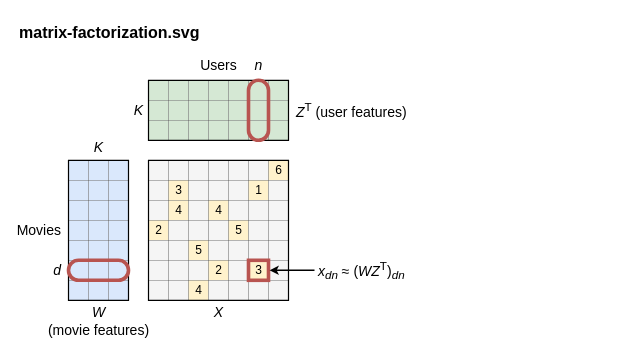
Before: assets/linear-regression-matrix-factorization/linear-regression-matrix-factorization.drawio in brunomaga/brunomaga.github.io, a draw.io diagram. Source tidied: cells renumbered, new cells numbered last; positions are measured from the earlier drawing's top-left corner, leaving out a move shared by most shapes. Both pictures are drawn from the tidied source at 100%, with x=0, y=0 at pixel (17, 17).
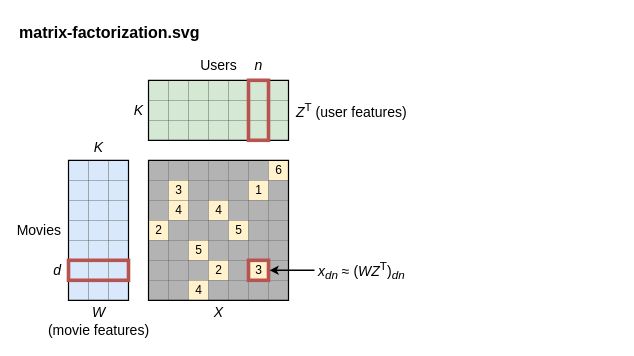
After the change.

The change refers to these unchanged cells:
```xml
<mxCell id="3" style="group;fontFamily=Source Sans 3;" parent="1" vertex="1">
  <mxGeometry y="40" width="393.4" height="281.7" as="geometry" />
</mxCell>
```

Diff of the diagram source:
```diff
@@
-    <mxCell id="46" style="rounded=0;whiteSpace=nowrap;html=1;fontFamily=Source Sans 3;fontSize=12;fontColor=#000000;strokeColor=#666666;strokeWidth=0.4;fillColor=#f5f5f5;fontStyle=0;spacing=0;" parent="3" vertex="1">
+    <mxCell id="46" style="rounded=0;whiteSpace=nowrap;html=1;fontFamily=Source Sans 3;fontSize=12;fontColor=#000000;strokeColor=#666666;strokeWidth=0.4;fillColor=#b3b3b3;fontStyle=0;spacing=0;" parent="3" vertex="1">
       <mxGeometry x="131" y="102.8" width="20" height="20" as="geometry" />
     </mxCell>
-    <mxCell id="47" style="rounded=0;whiteSpace=nowrap;html=1;fontFamily=Source Sans 3;fontSize=12;fontColor=#000000;strokeColor=#666666;strokeWidth=0.4;fillColor=#f5f5f5;fontStyle=0;spacing=0;" parent="3" vertex="1">
+    <mxCell id="47" style="rounded=0;whiteSpace=nowrap;html=1;fontFamily=Source Sans 3;fontSize=12;fontColor=#000000;strokeColor=#666666;strokeWidth=0.4;fillColor=#b3b3b3;fontStyle=0;spacing=0;" parent="3" vertex="1">
       <mxGeometry x="151" y="102.8" width="20" height="20" as="geometry" />
     </mxCell>
-    <mxCell id="48" style="rounded=0;whiteSpace=nowrap;html=1;fontFamily=Source Sans 3;fontSize=12;fontColor=#000000;strokeColor=#666666;strokeWidth=0.4;fillColor=#f5f5f5;fontStyle=0;spacing=0;" parent="3" vertex="1">
+    <mxCell id="48" style="rounded=0;whiteSpace=nowrap;html=1;fontFamily=Source Sans 3;fontSize=12;fontColor=#000000;strokeColor=#666666;strokeWidth=0.4;fillColor=#b3b3b3;fontStyle=0;spacing=0;" parent="3" vertex="1">
       <mxGeometry x="171" y="102.8" width="20" height="20" as="geometry" />
     </mxCell>
-    <mxCell id="49" style="rounded=0;whiteSpace=nowrap;html=1;fontFamily=Source Sans 3;fontSize=12;fontColor=#000000;strokeColor=#666666;strokeWidth=0.4;fillColor=#f5f5f5;fontStyle=0;spacing=0;" parent="3" vertex="1">
+    <mxCell id="49" style="rounded=0;whiteSpace=nowrap;html=1;fontFamily=Source Sans 3;fontSize=12;fontColor=#000000;strokeColor=#666666;strokeWidth=0.4;fillColor=#b3b3b3;fontStyle=0;spacing=0;" parent="3" vertex="1">
       <mxGeometry x="191" y="102.8" width="20" height="20" as="geometry" />
     </mxCell>
-    <mxCell id="50" style="rounded=0;whiteSpace=nowrap;html=1;fontFamily=Source Sans 3;fontSize=12;fontColor=#000000;strokeColor=#666666;strokeWidth=0.4;fillColor=#f5f5f5;fontStyle=0;spacing=0;" parent="3" vertex="1">
+    <mxCell id="50" style="rounded=0;whiteSpace=nowrap;html=1;fontFamily=Source Sans 3;fontSize=12;fontColor=#000000;strokeColor=#666666;strokeWidth=0.4;fillColor=#b3b3b3;fontStyle=0;spacing=0;" parent="3" vertex="1">
       <mxGeometry x="211" y="102.8" width="20" height="20" as="geometry" />
     </mxCell>
-    <mxCell id="51" style="rounded=0;whiteSpace=nowrap;html=1;fontFamily=Source Sans 3;fontSize=12;fontColor=#000000;strokeColor=#666666;strokeWidth=0.4;fillColor=#f5f5f5;fontStyle=0;spacing=0;" parent="3" vertex="1">
+    <mxCell id="51" style="rounded=0;whiteSpace=nowrap;html=1;fontFamily=Source Sans 3;fontSize=12;fontColor=#000000;strokeColor=#666666;strokeWidth=0.4;fillColor=#b3b3b3;fontStyle=0;spacing=0;" parent="3" vertex="1">
       <mxGeometry x="231" y="102.8" width="20" height="20" as="geometry" />
     </mxCell>
@@
-    <mxCell id="53" style="rounded=0;whiteSpace=nowrap;html=1;fontFamily=Source Sans 3;fontSize=12;fontColor=#000000;strokeColor=#666666;strokeWidth=0.4;fillColor=#f5f5f5;fontStyle=0;spacing=0;" parent="3" vertex="1">
+    <mxCell id="53" style="rounded=0;whiteSpace=nowrap;html=1;fontFamily=Source Sans 3;fontSize=12;fontColor=#000000;strokeColor=#666666;strokeWidth=0.4;fillColor=#b3b3b3;fontStyle=0;spacing=0;" parent="3" vertex="1">
       <mxGeometry x="131" y="122.8" width="20" height="20" as="geometry" />
     </mxCell>
@@
-    <mxCell id="55" style="rounded=0;whiteSpace=nowrap;html=1;fontFamily=Source Sans 3;fontSize=12;fontColor=#000000;strokeColor=#666666;strokeWidth=0.4;fillColor=#f5f5f5;fontStyle=0;spacing=0;" parent="3" vertex="1">
+    <mxCell id="55" style="rounded=0;whiteSpace=nowrap;html=1;fontFamily=Source Sans 3;fontSize=12;fontColor=#000000;strokeColor=#666666;strokeWidth=0.4;fillColor=#b3b3b3;fontStyle=0;spacing=0;" parent="3" vertex="1">
       <mxGeometry x="171" y="122.8" width="20" height="20" as="geometry" />
     </mxCell>
-    <mxCell id="56" style="rounded=0;whiteSpace=nowrap;html=1;fontFamily=Source Sans 3;fontSize=12;fontColor=#000000;strokeColor=#666666;strokeWidth=0.4;fillColor=#f5f5f5;fontStyle=0;spacing=0;" parent="3" vertex="1">
+    <mxCell id="56" style="rounded=0;whiteSpace=nowrap;html=1;fontFamily=Source Sans 3;fontSize=12;fontColor=#000000;strokeColor=#666666;strokeWidth=0.4;fillColor=#b3b3b3;fontStyle=0;spacing=0;" parent="3" vertex="1">
       <mxGeometry x="191" y="122.8" width="20" height="20" as="geometry" />
     </mxCell>
-    <mxCell id="57" style="rounded=0;whiteSpace=nowrap;html=1;fontFamily=Source Sans 3;fontSize=12;fontColor=#000000;strokeColor=#666666;strokeWidth=0.4;fillColor=#f5f5f5;fontStyle=0;spacing=0;" parent="3" vertex="1">
+    <mxCell id="57" style="rounded=0;whiteSpace=nowrap;html=1;fontFamily=Source Sans 3;fontSize=12;fontColor=#000000;strokeColor=#666666;strokeWidth=0.4;fillColor=#b3b3b3;fontStyle=0;spacing=0;" parent="3" vertex="1">
       <mxGeometry x="211" y="122.8" width="20" height="20" as="geometry" />
     </mxCell>
@@
-    <mxCell id="59" style="rounded=0;whiteSpace=nowrap;html=1;fontFamily=Source Sans 3;fontSize=12;fontColor=#000000;strokeColor=#666666;strokeWidth=0.4;fillColor=#f5f5f5;fontStyle=0;spacing=0;" parent="3" vertex="1">
+    <mxCell id="59" style="rounded=0;whiteSpace=nowrap;html=1;fontFamily=Source Sans 3;fontSize=12;fontColor=#000000;strokeColor=#666666;strokeWidth=0.4;fillColor=#b3b3b3;fontStyle=0;spacing=0;" parent="3" vertex="1">
       <mxGeometry x="251" y="122.8" width="20" height="20" as="geometry" />
     </mxCell>
-    <mxCell id="60" style="rounded=0;whiteSpace=nowrap;html=1;fontFamily=Source Sans 3;fontSize=12;fontColor=#000000;strokeColor=#666666;strokeWidth=0.4;fillColor=#f5f5f5;fontStyle=0;spacing=0;" parent="3" vertex="1">
+    <mxCell id="60" style="rounded=0;whiteSpace=nowrap;html=1;fontFamily=Source Sans 3;fontSize=12;fontColor=#000000;strokeColor=#666666;strokeWidth=0.4;fillColor=#b3b3b3;fontStyle=0;spacing=0;" parent="3" vertex="1">
       <mxGeometry x="131" y="142.8" width="20" height="20" as="geometry" />
     </mxCell>
@@
-    <mxCell id="62" style="rounded=0;whiteSpace=nowrap;html=1;fontFamily=Source Sans 3;fontSize=12;fontColor=#000000;strokeColor=#666666;strokeWidth=0.4;fillColor=#f5f5f5;fontStyle=0;spacing=0;" parent="3" vertex="1">
+    <mxCell id="62" style="rounded=0;whiteSpace=nowrap;html=1;fontFamily=Source Sans 3;fontSize=12;fontColor=#000000;strokeColor=#666666;strokeWidth=0.4;fillColor=#b3b3b3;fontStyle=0;spacing=0;" parent="3" vertex="1">
       <mxGeometry x="171" y="142.8" width="20" height="20" as="geometry" />
     </mxCell>
@@
-    <mxCell id="64" style="rounded=0;whiteSpace=nowrap;html=1;fontFamily=Source Sans 3;fontSize=12;fontColor=#000000;strokeColor=#666666;strokeWidth=0.4;fillColor=#f5f5f5;fontStyle=0;spacing=0;" parent="3" vertex="1">
+    <mxCell id="64" style="rounded=0;whiteSpace=nowrap;html=1;fontFamily=Source Sans 3;fontSize=12;fontColor=#000000;strokeColor=#666666;strokeWidth=0.4;fillColor=#b3b3b3;fontStyle=0;spacing=0;" parent="3" vertex="1">
       <mxGeometry x="211" y="142.8" width="20" height="20" as="geometry" />
     </mxCell>
-    <mxCell id="65" style="rounded=0;whiteSpace=nowrap;html=1;fontFamily=Source Sans 3;fontSize=12;fontColor=#000000;strokeColor=#666666;strokeWidth=0.4;fillColor=#f5f5f5;fontStyle=0;spacing=0;" parent="3" vertex="1">
+    <mxCell id="65" style="rounded=0;whiteSpace=nowrap;html=1;fontFamily=Source Sans 3;fontSize=12;fontColor=#000000;strokeColor=#666666;strokeWidth=0.4;fillColor=#b3b3b3;fontStyle=0;spacing=0;" parent="3" vertex="1">
       <mxGeometry x="231" y="142.8" width="20" height="20" as="geometry" />
     </mxCell>
-    <mxCell id="66" style="rounded=0;whiteSpace=nowrap;html=1;fontFamily=Source Sans 3;fontSize=12;fontColor=#000000;strokeColor=#666666;strokeWidth=0.4;fillColor=#f5f5f5;fontStyle=0;spacing=0;" parent="3" vertex="1">
+    <mxCell id="66" style="rounded=0;whiteSpace=nowrap;html=1;fontFamily=Source Sans 3;fontSize=12;fontColor=#000000;strokeColor=#666666;strokeWidth=0.4;fillColor=#b3b3b3;fontStyle=0;spacing=0;" parent="3" vertex="1">
       <mxGeometry x="251" y="142.8" width="20" height="20" as="geometry" />
     </mxCell>
@@
-    <mxCell id="68" style="rounded=0;whiteSpace=nowrap;html=1;fontFamily=Source Sans 3;fontSize=12;fontColor=#000000;strokeColor=#666666;strokeWidth=0.4;fillColor=#f5f5f5;fontStyle=0;spacing=0;" parent="3" vertex="1">
+    <mxCell id="68" style="rounded=0;whiteSpace=nowrap;html=1;fontFamily=Source Sans 3;fontSize=12;fontColor=#000000;strokeColor=#666666;strokeWidth=0.4;fillColor=#b3b3b3;fontStyle=0;spacing=0;" parent="3" vertex="1">
       <mxGeometry x="151" y="162.8" width="20" height="20" as="geometry" />
     </mxCell>
-    <mxCell id="69" style="rounded=0;whiteSpace=nowrap;html=1;fontFamily=Source Sans 3;fontSize=12;fontColor=#000000;strokeColor=#666666;strokeWidth=0.4;fillColor=#f5f5f5;fontStyle=0;spacing=0;" parent="3" vertex="1">
+    <mxCell id="69" style="rounded=0;whiteSpace=nowrap;html=1;fontFamily=Source Sans 3;fontSize=12;fontColor=#000000;strokeColor=#666666;strokeWidth=0.4;fillColor=#b3b3b3;fontStyle=0;spacing=0;" parent="3" vertex="1">
       <mxGeometry x="171" y="162.8" width="20" height="20" as="geometry" />
     </mxCell>
-    <mxCell id="70" style="rounded=0;whiteSpace=nowrap;html=1;fontFamily=Source Sans 3;fontSize=12;fontColor=#000000;strokeColor=#666666;strokeWidth=0.4;fillColor=#f5f5f5;fontStyle=0;spacing=0;" parent="3" vertex="1">
+    <mxCell id="70" style="rounded=0;whiteSpace=nowrap;html=1;fontFamily=Source Sans 3;fontSize=12;fontColor=#000000;strokeColor=#666666;strokeWidth=0.4;fillColor=#b3b3b3;fontStyle=0;spacing=0;" parent="3" vertex="1">
       <mxGeometry x="191" y="162.8" width="20" height="20" as="geometry" />
     </mxCell>
@@
-    <mxCell id="72" style="rounded=0;whiteSpace=nowrap;html=1;fontFamily=Source Sans 3;fontSize=12;fontColor=#000000;strokeColor=#666666;strokeWidth=0.4;fillColor=#f5f5f5;fontStyle=0;spacing=0;" parent="3" vertex="1">
+    <mxCell id="72" style="rounded=0;whiteSpace=nowrap;html=1;fontFamily=Source Sans 3;fontSize=12;fontColor=#000000;strokeColor=#666666;strokeWidth=0.4;fillColor=#b3b3b3;fontStyle=0;spacing=0;" parent="3" vertex="1">
       <mxGeometry x="231" y="162.8" width="20" height="20" as="geometry" />
     </mxCell>
-    <mxCell id="73" style="rounded=0;whiteSpace=nowrap;html=1;fontFamily=Source Sans 3;fontSize=12;fontColor=#000000;strokeColor=#666666;strokeWidth=0.4;fillColor=#f5f5f5;fontStyle=0;spacing=0;" parent="3" vertex="1">
+    <mxCell id="73" style="rounded=0;whiteSpace=nowrap;html=1;fontFamily=Source Sans 3;fontSize=12;fontColor=#000000;strokeColor=#666666;strokeWidth=0.4;fillColor=#b3b3b3;fontStyle=0;spacing=0;" parent="3" vertex="1">
       <mxGeometry x="251" y="162.8" width="20" height="20" as="geometry" />
     </mxCell>
-    <mxCell id="74" style="rounded=0;whiteSpace=nowrap;html=1;fontFamily=Source Sans 3;fontSize=12;fontColor=#000000;strokeColor=#666666;strokeWidth=0.4;fillColor=#f5f5f5;fontStyle=0;spacing=0;" parent="3" vertex="1">
+    <mxCell id="74" style="rounded=0;whiteSpace=nowrap;html=1;fontFamily=Source Sans 3;fontSize=12;fontColor=#000000;strokeColor=#666666;strokeWidth=0.4;fillColor=#b3b3b3;fontStyle=0;spacing=0;" parent="3" vertex="1">
       <mxGeometry x="131" y="182.8" width="20" height="20" as="geometry" />
     </mxCell>
-    <mxCell id="75" style="rounded=0;whiteSpace=nowrap;html=1;fontFamily=Source Sans 3;fontSize=12;fontColor=#000000;strokeColor=#666666;strokeWidth=0.4;fillColor=#f5f5f5;fontStyle=0;spacing=0;" parent="3" vertex="1">
+    <mxCell id="75" style="rounded=0;whiteSpace=nowrap;html=1;fontFamily=Source Sans 3;fontSize=12;fontColor=#000000;strokeColor=#666666;strokeWidth=0.4;fillColor=#b3b3b3;fontStyle=0;spacing=0;" parent="3" vertex="1">
       <mxGeometry x="151" y="182.8" width="20" height="20" as="geometry" />
     </mxCell>
@@
-    <mxCell id="77" style="rounded=0;whiteSpace=nowrap;html=1;fontFamily=Source Sans 3;fontSize=12;fontColor=#000000;strokeColor=#666666;strokeWidth=0.4;fillColor=#f5f5f5;fontStyle=0;spacing=0;" parent="3" vertex="1">
+    <mxCell id="77" style="rounded=0;whiteSpace=nowrap;html=1;fontFamily=Source Sans 3;fontSize=12;fontColor=#000000;strokeColor=#666666;strokeWidth=0.4;fillColor=#b3b3b3;fontStyle=0;spacing=0;" parent="3" vertex="1">
       <mxGeometry x="191" y="182.8" width="20" height="20" as="geometry" />
     </mxCell>
-    <mxCell id="78" style="rounded=0;whiteSpace=nowrap;html=1;fontFamily=Source Sans 3;fontSize=12;fontColor=#000000;strokeColor=#666666;strokeWidth=0.4;fillColor=#f5f5f5;fontStyle=0;spacing=0;" parent="3" vertex="1">
+    <mxCell id="78" style="rounded=0;whiteSpace=nowrap;html=1;fontFamily=Source Sans 3;fontSize=12;fontColor=#000000;strokeColor=#666666;strokeWidth=0.4;fillColor=#b3b3b3;fontStyle=0;spacing=0;" parent="3" vertex="1">
       <mxGeometry x="211" y="182.8" width="20" height="20" as="geometry" />
     </mxCell>
-    <mxCell id="79" style="rounded=0;whiteSpace=nowrap;html=1;fontFamily=Source Sans 3;fontSize=12;fontColor=#000000;strokeColor=#666666;strokeWidth=0.4;fillColor=#f5f5f5;fontStyle=0;spacing=0;" parent="3" vertex="1">
+    <mxCell id="79" style="rounded=0;whiteSpace=nowrap;html=1;fontFamily=Source Sans 3;fontSize=12;fontColor=#000000;strokeColor=#666666;strokeWidth=0.4;fillColor=#b3b3b3;fontStyle=0;spacing=0;" parent="3" vertex="1">
       <mxGeometry x="231" y="182.8" width="20" height="20" as="geometry" />
     </mxCell>
-    <mxCell id="80" style="rounded=0;whiteSpace=nowrap;html=1;fontFamily=Source Sans 3;fontSize=12;fontColor=#000000;strokeColor=#666666;strokeWidth=0.4;fillColor=#f5f5f5;fontStyle=0;spacing=0;" parent="3" vertex="1">
+    <mxCell id="80" style="rounded=0;whiteSpace=nowrap;html=1;fontFamily=Source Sans 3;fontSize=12;fontColor=#000000;strokeColor=#666666;strokeWidth=0.4;fillColor=#b3b3b3;fontStyle=0;spacing=0;" parent="3" vertex="1">
       <mxGeometry x="251" y="182.8" width="20" height="20" as="geometry" />
     </mxCell>
-    <mxCell id="81" style="rounded=0;whiteSpace=nowrap;html=1;fontFamily=Source Sans 3;fontSize=12;fontColor=#000000;strokeColor=#666666;strokeWidth=0.4;fillColor=#f5f5f5;fontStyle=0;spacing=0;" parent="3" vertex="1">
+    <mxCell id="81" style="rounded=0;whiteSpace=nowrap;html=1;fontFamily=Source Sans 3;fontSize=12;fontColor=#000000;strokeColor=#666666;strokeWidth=0.4;fillColor=#b3b3b3;fontStyle=0;spacing=0;" parent="3" vertex="1">
       <mxGeometry x="131" y="202.8" width="20" height="20" as="geometry" />
     </mxCell>
-    <mxCell id="82" style="rounded=0;whiteSpace=nowrap;html=1;fontFamily=Source Sans 3;fontSize=12;fontColor=#000000;strokeColor=#666666;strokeWidth=0.4;fillColor=#f5f5f5;fontStyle=0;spacing=0;" parent="3" vertex="1">
+    <mxCell id="82" style="rounded=0;whiteSpace=nowrap;html=1;fontFamily=Source Sans 3;fontSize=12;fontColor=#000000;strokeColor=#666666;strokeWidth=0.4;fillColor=#b3b3b3;fontStyle=0;spacing=0;" parent="3" vertex="1">
       <mxGeometry x="151" y="202.8" width="20" height="20" as="geometry" />
     </mxCell>
-    <mxCell id="83" style="rounded=0;whiteSpace=nowrap;html=1;fontFamily=Source Sans 3;fontSize=12;fontColor=#000000;strokeColor=#666666;strokeWidth=0.4;fillColor=#f5f5f5;fontStyle=0;spacing=0;" parent="3" vertex="1">
+    <mxCell id="83" style="rounded=0;whiteSpace=nowrap;html=1;fontFamily=Source Sans 3;fontSize=12;fontColor=#000000;strokeColor=#666666;strokeWidth=0.4;fillColor=#b3b3b3;fontStyle=0;spacing=0;" parent="3" vertex="1">
       <mxGeometry x="171" y="202.8" width="20" height="20" as="geometry" />
     </mxCell>
@@
-    <mxCell id="85" style="rounded=0;whiteSpace=nowrap;html=1;fontFamily=Source Sans 3;fontSize=12;fontColor=#000000;strokeColor=#666666;strokeWidth=0.4;fillColor=#f5f5f5;fontStyle=0;spacing=0;" parent="3" vertex="1">
+    <mxCell id="85" style="rounded=0;whiteSpace=nowrap;html=1;fontFamily=Source Sans 3;fontSize=12;fontColor=#000000;strokeColor=#666666;strokeWidth=0.4;fillColor=#b3b3b3;fontStyle=0;spacing=0;" parent="3" vertex="1">
       <mxGeometry x="211" y="202.8" width="20" height="20" as="geometry" />
     </mxCell>
@@
-    <mxCell id="87" style="rounded=0;whiteSpace=nowrap;html=1;fontFamily=Source Sans 3;fontSize=12;fontColor=#000000;strokeColor=#666666;strokeWidth=0.4;fillColor=#f5f5f5;fontStyle=0;spacing=0;" parent="3" vertex="1">
+    <mxCell id="87" style="rounded=0;whiteSpace=nowrap;html=1;fontFamily=Source Sans 3;fontSize=12;fontColor=#000000;strokeColor=#666666;strokeWidth=0.4;fillColor=#b3b3b3;fontStyle=0;spacing=0;" parent="3" vertex="1">
       <mxGeometry x="251" y="202.8" width="20" height="20" as="geometry" />
     </mxCell>
-    <mxCell id="88" style="rounded=0;whiteSpace=nowrap;html=1;fontFamily=Source Sans 3;fontSize=12;fontColor=#000000;strokeColor=#666666;strokeWidth=0.4;fillColor=#f5f5f5;fontStyle=0;spacing=0;" parent="3" vertex="1">
+    <mxCell id="88" style="rounded=0;whiteSpace=nowrap;html=1;fontFamily=Source Sans 3;fontSize=12;fontColor=#000000;strokeColor=#666666;strokeWidth=0.4;fillColor=#b3b3b3;fontStyle=0;spacing=0;" parent="3" vertex="1">
       <mxGeometry x="131" y="222.8" width="20" height="20" as="geometry" />
     </mxCell>
-    <mxCell id="89" style="rounded=0;whiteSpace=nowrap;html=1;fontFamily=Source Sans 3;fontSize=12;fontColor=#000000;strokeColor=#666666;strokeWidth=0.4;fillColor=#f5f5f5;fontStyle=0;spacing=0;" parent="3" vertex="1">
+    <mxCell id="89" style="rounded=0;whiteSpace=nowrap;html=1;fontFamily=Source Sans 3;fontSize=12;fontColor=#000000;strokeColor=#666666;strokeWidth=0.4;fillColor=#b3b3b3;fontStyle=0;spacing=0;" parent="3" vertex="1">
       <mxGeometry x="151" y="222.8" width="20" height="20" as="geometry" />
     </mxCell>
@@
-    <mxCell id="91" style="rounded=0;whiteSpace=nowrap;html=1;fontFamily=Source Sans 3;fontSize=12;fontColor=#000000;strokeColor=#666666;strokeWidth=0.4;fillColor=#f5f5f5;fontStyle=0;spacing=0;" parent="3" vertex="1">
+    <mxCell id="91" style="rounded=0;whiteSpace=nowrap;html=1;fontFamily=Source Sans 3;fontSize=12;fontColor=#000000;strokeColor=#666666;strokeWidth=0.4;fillColor=#b3b3b3;fontStyle=0;spacing=0;" parent="3" vertex="1">
       <mxGeometry x="191" y="222.8" width="20" height="20" as="geometry" />
     </mxCell>
-    <mxCell id="92" style="rounded=0;whiteSpace=nowrap;html=1;fontFamily=Source Sans 3;fontSize=12;fontColor=#000000;strokeColor=#666666;strokeWidth=0.4;fillColor=#f5f5f5;fontStyle=0;spacing=0;" parent="3" vertex="1">
+    <mxCell id="92" style="rounded=0;whiteSpace=nowrap;html=1;fontFamily=Source Sans 3;fontSize=12;fontColor=#000000;strokeColor=#666666;strokeWidth=0.4;fillColor=#b3b3b3;fontStyle=0;spacing=0;" parent="3" vertex="1">
       <mxGeometry x="211" y="222.8" width="20" height="20" as="geometry" />
     </mxCell>
-    <mxCell id="93" style="rounded=0;whiteSpace=nowrap;html=1;fontFamily=Source Sans 3;fontSize=12;fontColor=#000000;strokeColor=#666666;strokeWidth=0.4;fillColor=#f5f5f5;fontStyle=0;spacing=0;" parent="3" vertex="1">
+    <mxCell id="93" style="rounded=0;whiteSpace=nowrap;html=1;fontFamily=Source Sans 3;fontSize=12;fontColor=#000000;strokeColor=#666666;strokeWidth=0.4;fillColor=#b3b3b3;fontStyle=0;spacing=0;" parent="3" vertex="1">
       <mxGeometry x="231" y="222.8" width="20" height="20" as="geometry" />
     </mxCell>
-    <mxCell id="94" style="rounded=0;whiteSpace=nowrap;html=1;fontFamily=Source Sans 3;fontSize=12;fontColor=#000000;strokeColor=#666666;strokeWidth=0.4;fillColor=#f5f5f5;fontStyle=0;spacing=0;" parent="3" vertex="1">
+    <mxCell id="94" style="rounded=0;whiteSpace=nowrap;html=1;fontFamily=Source Sans 3;fontSize=12;fontColor=#000000;strokeColor=#666666;strokeWidth=0.4;fillColor=#b3b3b3;fontStyle=0;spacing=0;" parent="3" vertex="1">
       <mxGeometry x="251" y="222.8" width="20" height="20" as="geometry" />
     </mxCell>
@@
-    <mxCell id="98" style="rounded=1;fillColor=none;strokeColor=#b85450;strokeWidth=3.6;fontFamily=Source Sans 3;absoluteArcSize=1;arcSize=20;" parent="3" vertex="1">
+    <mxCell id="98" style="rounded=0;fillColor=none;strokeColor=#b85450;strokeWidth=3.6;fontFamily=Source Sans 3;" parent="3" vertex="1">
       <mxGeometry x="51" y="202.8" width="60" height="20" as="geometry" />
     </mxCell>
-    <mxCell id="99" style="rounded=1;fillColor=none;strokeColor=#b85450;strokeWidth=3.6;fontFamily=Source Sans 3;absoluteArcSize=1;arcSize=20;" parent="3" vertex="1">
+    <mxCell id="99" style="rounded=0;fillColor=none;strokeColor=#b85450;strokeWidth=3.6;fontFamily=Source Sans 3;" parent="3" vertex="1">
       <mxGeometry x="231" y="22.8" width="20" height="60" as="geometry" />
     </mxCell>
```
